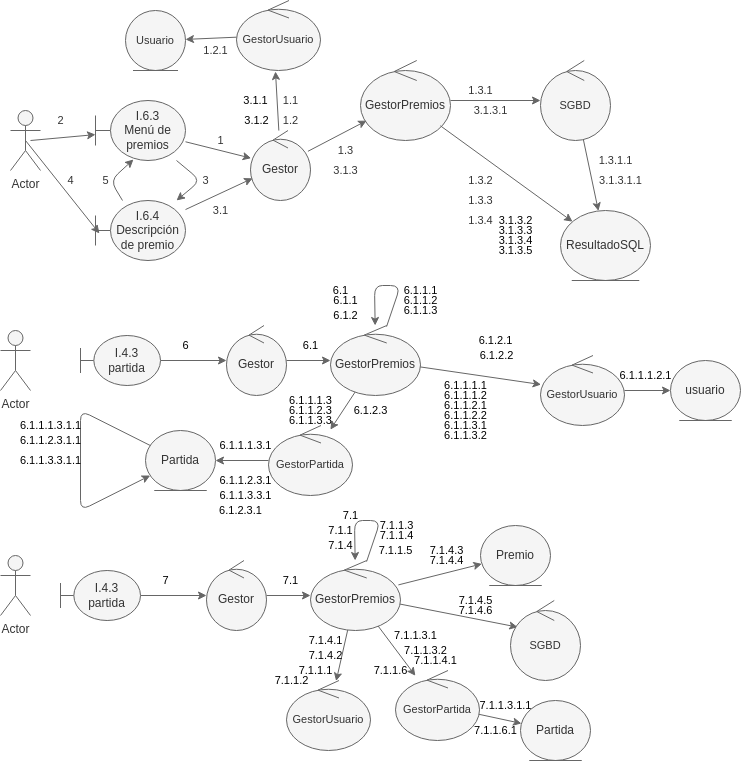
mikel-egana-aranguren/ADSI-22-23-Tetris keeps this draw.io diagram as documentacion/funcionalidad 6/dcomunicacion.png. Above is the earlier version. Source tidied: cells renumbered, new cells last; positions are measured from the earlier drawing's top-left corner, leaving out a move shared by most shapes.
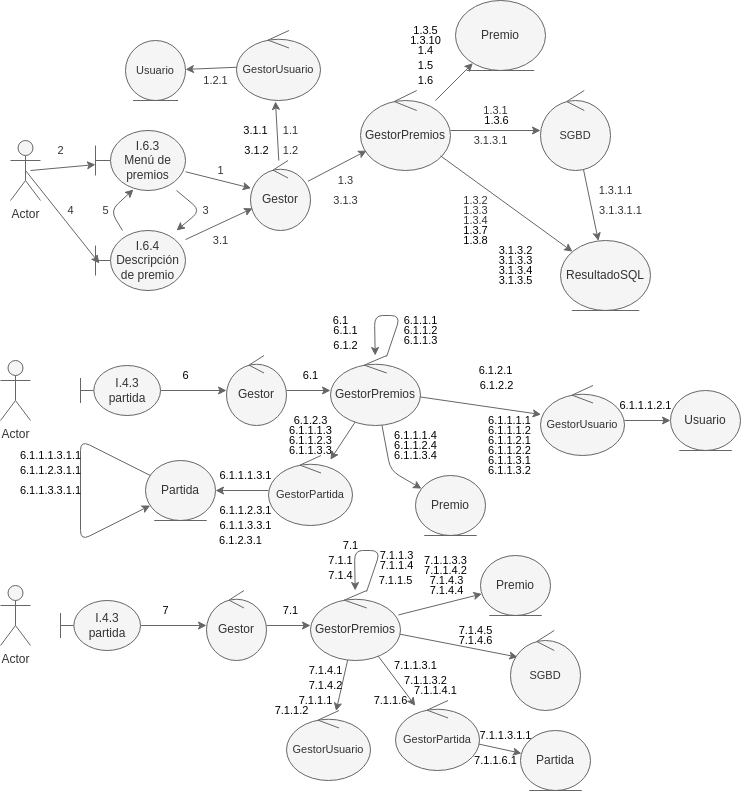
After the change.

Commit message:
retoques en los diagramas

Diff of the diagram source:
```diff
@@ -84,7 +84,7 @@
       <mxGeometry x="330" y="140" width="30" height="20" as="geometry" />
     </mxCell>
     <mxCell id="25" value="1.3.1" style="text;html=1;align=center;verticalAlign=middle;strokeColor=none;fillColor=none;fontSize=11;fontFamily=Helvetica;fontColor=#333333;" parent="1" vertex="1">
-      <mxGeometry x="460" y="80" width="40" height="20" as="geometry" />
+      <mxGeometry x="475" y="70" width="40" height="20" as="geometry" />
     </mxCell>
     <mxCell id="26" value="GestorUsuario" style="ellipse;shape=umlControl;whiteSpace=wrap;html=1;fontFamily=Helvetica;fontSize=11;fontColor=#333333;strokeColor=#666666;fillColor=#f5f5f5;" parent="1" vertex="1">
       <mxGeometry x="236" width="84" height="70" as="geometry" />
@@ -111,13 +111,13 @@
       <mxGeometry x="275" y="110" width="30" height="20" as="geometry" />
     </mxCell>
     <mxCell id="34" value="1.3.2" style="text;html=1;align=center;verticalAlign=middle;strokeColor=none;fillColor=none;fontSize=11;fontFamily=Helvetica;fontColor=#333333;" parent="1" vertex="1">
-      <mxGeometry x="460" y="170" width="40" height="20" as="geometry" />
+      <mxGeometry x="455" y="160" width="40" height="20" as="geometry" />
     </mxCell>
     <mxCell id="35" value="1.3.3" style="text;html=1;align=center;verticalAlign=middle;strokeColor=none;fillColor=none;fontSize=11;fontFamily=Helvetica;fontColor=#333333;" parent="1" vertex="1">
-      <mxGeometry x="460" y="190" width="40" height="20" as="geometry" />
+      <mxGeometry x="455" y="170" width="40" height="20" as="geometry" />
     </mxCell>
     <mxCell id="36" value="1.3.4" style="text;html=1;align=center;verticalAlign=middle;strokeColor=none;fillColor=none;fontSize=11;fontFamily=Helvetica;fontColor=#333333;" parent="1" vertex="1">
-      <mxGeometry x="460" y="210" width="40" height="20" as="geometry" />
+      <mxGeometry x="455" y="180" width="40" height="20" as="geometry" />
     </mxCell>
     <mxCell id="37" value="3.1.3" style="text;html=1;align=center;verticalAlign=middle;strokeColor=none;fillColor=none;fontSize=11;fontFamily=Helvetica;fontColor=#333333;" parent="1" vertex="1">
       <mxGeometry x="325" y="160" width="40" height="20" as="geometry" />
@@ -182,6 +182,16 @@
         </Array>
       </mxGeometry>
     </mxCell>
+    <mxCell id="130" style="edgeStyle=none;shape=connector;rounded=1;html=1;labelBackgroundColor=default;fontFamily=Helvetica;fontSize=11;fontColor=#000000;endArrow=classic;strokeColor=#666666;fillColor=#f5f5f5;" parent="1" edge="1" source="61" target="132">
+      <mxGeometry relative="1" as="geometry">
+        <Array as="points">
+          <mxPoint x="390" y="440" />
+        </Array>
+      </mxGeometry>
+    </mxCell>
+    <mxCell id="131" style="edgeStyle=none;html=1;fillColor=#f5f5f5;strokeColor=#666666;" parent="1" edge="1" source="6" target="138">
+      <mxGeometry relative="1" as="geometry" />
+    </mxCell>
     <mxCell id="55" value="Actor" style="shape=umlActor;verticalLabelPosition=bottom;verticalAlign=top;html=1;fillColor=#f5f5f5;fontColor=#333333;strokeColor=#666666;" parent="1" vertex="1">
       <mxGeometry y="330" width="30" height="60" as="geometry" />
     </mxCell>
@@ -299,22 +309,22 @@
       <mxGeometry x="395" y="300" width="50" height="20" as="geometry" />
     </mxCell>
     <mxCell id="92" value="6.1.1.1.1" style="text;html=1;align=center;verticalAlign=middle;strokeColor=none;fillColor=none;fontSize=11;fontFamily=Helvetica;fontColor=#000000;" parent="1" vertex="1">
-      <mxGeometry x="435" y="375" width="60" height="20" as="geometry" />
+      <mxGeometry x="479" y="380" width="60" height="20" as="geometry" />
     </mxCell>
     <mxCell id="93" value="6.1.1.1.2" style="text;html=1;align=center;verticalAlign=middle;strokeColor=none;fillColor=none;fontSize=11;fontFamily=Helvetica;fontColor=#000000;" parent="1" vertex="1">
-      <mxGeometry x="435" y="385" width="60" height="20" as="geometry" />
+      <mxGeometry x="479" y="390" width="60" height="20" as="geometry" />
     </mxCell>
     <mxCell id="94" value="6.1.1.2.1" style="text;html=1;align=center;verticalAlign=middle;strokeColor=none;fillColor=none;fontSize=11;fontFamily=Helvetica;fontColor=#000000;" parent="1" vertex="1">
-      <mxGeometry x="435" y="395" width="60" height="20" as="geometry" />
+      <mxGeometry x="479" y="400" width="60" height="20" as="geometry" />
     </mxCell>
     <mxCell id="95" value="6.1.1.2.2" style="text;html=1;align=center;verticalAlign=middle;strokeColor=none;fillColor=none;fontSize=11;fontFamily=Helvetica;fontColor=#000000;" parent="1" vertex="1">
-      <mxGeometry x="435" y="405" width="60" height="20" as="geometry" />
+      <mxGeometry x="479" y="410" width="60" height="20" as="geometry" />
     </mxCell>
     <mxCell id="96" value="6.1.1.3.1" style="text;html=1;align=center;verticalAlign=middle;strokeColor=none;fillColor=none;fontSize=11;fontFamily=Helvetica;fontColor=#000000;" parent="1" vertex="1">
-      <mxGeometry x="435" y="415" width="60" height="20" as="geometry" />
+      <mxGeometry x="479" y="420" width="60" height="20" as="geometry" />
     </mxCell>
     <mxCell id="97" value="6.1.1.3.2" style="text;html=1;align=center;verticalAlign=middle;strokeColor=none;fillColor=none;fontSize=11;fontFamily=Helvetica;fontColor=#000000;" parent="1" vertex="1">
-      <mxGeometry x="435" y="425" width="60" height="20" as="geometry" />
+      <mxGeometry x="479" y="430" width="60" height="20" as="geometry" />
     </mxCell>
     <mxCell id="98" value="GestorPartida" style="ellipse;shape=umlControl;whiteSpace=wrap;html=1;fontFamily=Helvetica;fontSize=11;fontColor=#333333;strokeColor=#666666;fillColor=#f5f5f5;" parent="1" vertex="1">
       <mxGeometry x="395" y="670" width="84" height="70" as="geometry" />
@@ -331,7 +341,7 @@
     <mxCell id="102" value="7.1.1.3.1.1" style="text;html=1;align=center;verticalAlign=middle;strokeColor=none;fillColor=none;fontSize=11;fontFamily=Helvetica;fontColor=#000000;" parent="1" vertex="1">
       <mxGeometry x="470" y="695" width="70" height="20" as="geometry" />
     </mxCell>
-    <mxCell id="103" value="usuario" style="ellipse;shape=umlEntity;whiteSpace=wrap;html=1;fillColor=#f5f5f5;fontColor=#333333;strokeColor=#666666;" parent="1" vertex="1">
+    <mxCell id="103" value="Usuario" style="ellipse;shape=umlEntity;whiteSpace=wrap;html=1;fillColor=#f5f5f5;fontColor=#333333;strokeColor=#666666;" parent="1" vertex="1">
       <mxGeometry x="670" y="360" width="70" height="60" as="geometry" />
     </mxCell>
     <mxCell id="104" value="6.1.1.1.2.1" style="text;html=1;align=center;verticalAlign=middle;strokeColor=none;fillColor=none;fontSize=11;fontFamily=Helvetica;fontColor=#000000;" parent="1" vertex="1">
@@ -380,7 +390,7 @@
       <mxGeometry x="471" y="345" width="50" height="20" as="geometry" />
     </mxCell>
     <mxCell id="119" value="6.1.2.3" style="text;html=1;align=center;verticalAlign=middle;strokeColor=none;fillColor=none;fontSize=11;fontFamily=Helvetica;fontColor=#000000;" parent="1" vertex="1">
-      <mxGeometry x="345" y="400" width="50" height="20" as="geometry" />
+      <mxGeometry x="285" y="380" width="50" height="20" as="geometry" />
     </mxCell>
     <mxCell id="120" value="6.1.2.3.1" style="text;html=1;align=center;verticalAlign=middle;strokeColor=none;fillColor=none;fontSize=11;fontFamily=Helvetica;fontColor=#000000;" parent="1" vertex="1">
       <mxGeometry x="210" y="500" width="60" height="20" as="geometry" />
@@ -412,5 +422,50 @@
     <mxCell id="129" value="7.1.1.6.1" style="text;html=1;align=center;verticalAlign=middle;strokeColor=none;fillColor=none;fontSize=11;fontFamily=Helvetica;fontColor=#000000;" parent="1" vertex="1">
       <mxGeometry x="465" y="720" width="60" height="20" as="geometry" />
     </mxCell>
+    <mxCell id="132" value="Premio" style="ellipse;shape=umlEntity;whiteSpace=wrap;html=1;fillColor=#f5f5f5;fontColor=#333333;strokeColor=#666666;" parent="1" vertex="1">
+      <mxGeometry x="415" y="445" width="70" height="60" as="geometry" />
+    </mxCell>
+    <mxCell id="133" value="6.1.1.1.4" style="text;html=1;align=center;verticalAlign=middle;strokeColor=none;fillColor=none;fontSize=11;fontFamily=Helvetica;fontColor=#000000;" parent="1" vertex="1">
+      <mxGeometry x="385" y="395" width="60" height="20" as="geometry" />
+    </mxCell>
+    <mxCell id="134" value="6.1.1.2.4" style="text;html=1;align=center;verticalAlign=middle;strokeColor=none;fillColor=none;fontSize=11;fontFamily=Helvetica;fontColor=#000000;" parent="1" vertex="1">
+      <mxGeometry x="385" y="405" width="60" height="20" as="geometry" />
+    </mxCell>
+    <mxCell id="135" value="6.1.1.3.4" style="text;html=1;align=center;verticalAlign=middle;strokeColor=none;fillColor=none;fontSize=11;fontFamily=Helvetica;fontColor=#000000;" parent="1" vertex="1">
+      <mxGeometry x="385" y="415" width="60" height="20" as="geometry" />
+    </mxCell>
+    <mxCell id="136" value="7.1.1.3.3" style="text;html=1;align=center;verticalAlign=middle;strokeColor=none;fillColor=none;fontSize=11;fontFamily=Helvetica;fontColor=#000000;" parent="1" vertex="1">
+      <mxGeometry x="415" y="520" width="60" height="20" as="geometry" />
+    </mxCell>
+    <mxCell id="137" value="7.1.1.4.2" style="text;html=1;align=center;verticalAlign=middle;strokeColor=none;fillColor=none;fontSize=11;fontFamily=Helvetica;fontColor=#000000;" parent="1" vertex="1">
+      <mxGeometry x="415" y="530" width="60" height="20" as="geometry" />
+    </mxCell>
+    <mxCell id="138" value="Premio" style="ellipse;shape=umlEntity;whiteSpace=wrap;html=1;fillColor=#f5f5f5;fontColor=#333333;strokeColor=#666666;" parent="1" vertex="1">
+      <mxGeometry x="455" y="-30" width="90" height="70" as="geometry" />
+    </mxCell>
+    <mxCell id="139" value="1.4" style="text;html=1;align=center;verticalAlign=middle;fontSize=11;fontFamily=Helvetica;fontColor=#000000;" parent="1" vertex="1">
+      <mxGeometry x="410" y="10" width="30" height="20" as="geometry" />
+    </mxCell>
+    <mxCell id="140" value="1.5" style="text;html=1;align=center;verticalAlign=middle;strokeColor=none;fillColor=none;fontSize=11;fontFamily=Helvetica;fontColor=#000000;" parent="1" vertex="1">
+      <mxGeometry x="410" y="25" width="30" height="20" as="geometry" />
+    </mxCell>
+    <mxCell id="141" value="1.6" style="text;html=1;align=center;verticalAlign=middle;strokeColor=none;fillColor=none;fontSize=11;fontFamily=Helvetica;fontColor=#000000;" parent="1" vertex="1">
+      <mxGeometry x="410" y="40" width="30" height="20" as="geometry" />
+    </mxCell>
+    <mxCell id="142" value="1.3.5" style="text;html=1;align=center;verticalAlign=middle;strokeColor=none;fillColor=none;fontSize=11;fontFamily=Helvetica;fontColor=#000000;" parent="1" vertex="1">
+      <mxGeometry x="405" y="-10" width="40" height="20" as="geometry" />
+    </mxCell>
+    <mxCell id="143" value="1.3.10" style="text;html=1;align=center;verticalAlign=middle;strokeColor=none;fillColor=none;fontSize=11;fontFamily=Helvetica;fontColor=#000000;" parent="1" vertex="1">
+      <mxGeometry x="400" width="50" height="20" as="geometry" />
+    </mxCell>
+    <mxCell id="144" value="1.3.6" style="text;html=1;align=center;verticalAlign=middle;strokeColor=none;fillColor=none;fontSize=11;fontFamily=Helvetica;fontColor=#000000;" parent="1" vertex="1">
+      <mxGeometry x="476" y="80" width="40" height="20" as="geometry" />
+    </mxCell>
+    <mxCell id="145" value="1.3.7" style="text;html=1;align=center;verticalAlign=middle;strokeColor=none;fillColor=none;fontSize=11;fontFamily=Helvetica;fontColor=#000000;" parent="1" vertex="1">
+      <mxGeometry x="455" y="190" width="40" height="20" as="geometry" />
+    </mxCell>
+    <mxCell id="146" value="1.3.8" style="text;html=1;align=center;verticalAlign=middle;strokeColor=none;fillColor=none;fontSize=11;fontFamily=Helvetica;fontColor=#000000;" parent="1" vertex="1">
+      <mxGeometry x="455" y="200" width="40" height="20" as="geometry" />
+    </mxCell>
   </root>
 </mxGraphModel>
```
